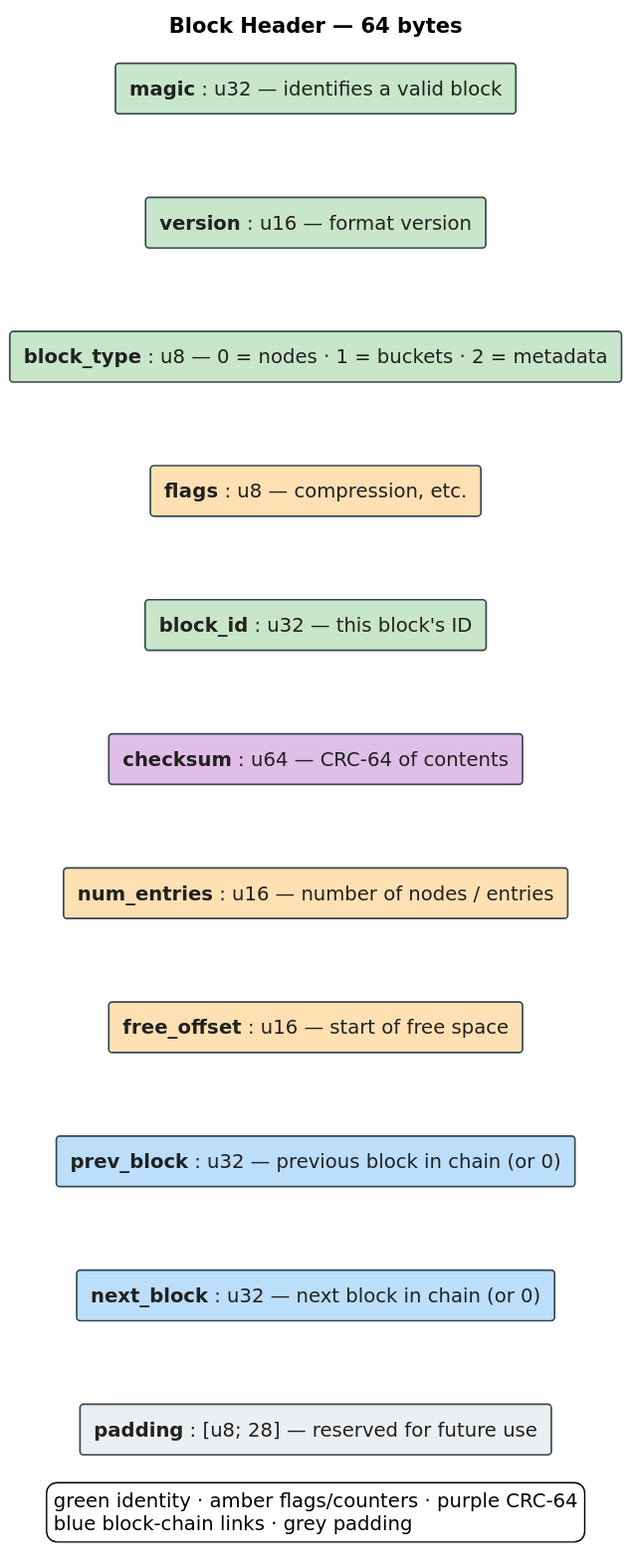
Before: docs/diagrams/part-block-header.svg, a diagram exported from PlantUML (vinary-tree/libdictenstein). Its source is kept beside it as docs/diagrams/src/part-block-header.puml.
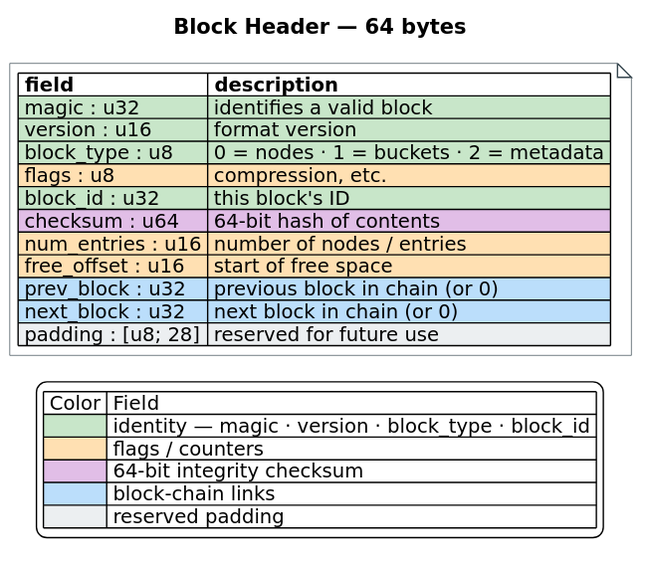
The same file after the commit.

Change to the diagram source:
```diff
@@ -3,40 +3,36 @@
 skinparam shadowing false
 skinparam backgroundColor #FFFFFF
 skinparam defaultFontName "DejaVu Sans"
-skinparam rectangle {
+skinparam TitleFontSize 15
+skinparam noteFontSize 14
+skinparam note {
+  BackgroundColor #FFFFFF
   BorderColor #37474F
-  FontColor #212121
-  BorderThickness 1.2
 }
-skinparam TitleFontSize 15
 
 title Block Header — 64 bytes
 
-rectangle "**magic** : u32 — identifies a valid block" as R0 #C8E6C9
-rectangle "**version** : u16 — format version" as R1 #C8E6C9
-rectangle "**block_type** : u8 — 0 = nodes · 1 = buckets · 2 = metadata" as R2 #C8E6C9
-rectangle "**flags** : u8 — compression, etc." as R3 #FFE0B2
-rectangle "**block_id** : u32 — this block's ID" as R4 #C8E6C9
-rectangle "**checksum** : u64 — CRC-64 of contents" as R5 #E1BEE7
-rectangle "**num_entries** : u16 — number of nodes / entries" as R6 #FFE0B2
-rectangle "**free_offset** : u16 — start of free space" as R7 #FFE0B2
-rectangle "**prev_block** : u32 — previous block in chain (or 0)" as R8 #BBDEFB
-rectangle "**next_block** : u32 — next block in chain (or 0)" as R9 #BBDEFB
-rectangle "**padding** : [u8; 28] — reserved for future use" as R10 #ECEFF1
-
-R0 -[hidden]down- R1
-R1 -[hidden]down- R2
-R2 -[hidden]down- R3
-R3 -[hidden]down- R4
-R4 -[hidden]down- R5
-R5 -[hidden]down- R6
-R6 -[hidden]down- R7
-R7 -[hidden]down- R8
-R8 -[hidden]down- R9
-R9 -[hidden]down- R10
+note as BH
+|= field |= description |
+|<#C8E6C9> magic : u32 |<#C8E6C9> identifies a valid block |
+|<#C8E6C9> version : u16 |<#C8E6C9> format version |
+|<#C8E6C9> block_type : u8 |<#C8E6C9> 0 = nodes · 1 = buckets · 2 = metadata |
+|<#FFE0B2> flags : u8 |<#FFE0B2> compression, etc. |
+|<#C8E6C9> block_id : u32 |<#C8E6C9> this block's ID |
+|<#E1BEE7> checksum : u64 |<#E1BEE7> 64-bit hash of contents |
+|<#FFE0B2> num_entries : u16 |<#FFE0B2> number of nodes / entries |
+|<#FFE0B2> free_offset : u16 |<#FFE0B2> start of free space |
+|<#BBDEFB> prev_block : u32 |<#BBDEFB> previous block in chain (or 0) |
+|<#BBDEFB> next_block : u32 |<#BBDEFB> next block in chain (or 0) |
+|<#ECEFF1> padding : [u8; 28] |<#ECEFF1> reserved for future use |
+end note
 
 legend bottom
-  green identity · amber flags/counters · purple CRC-64
-  blue block-chain links · grey padding
+| Color | Field |
+|<#C8E6C9>| identity — magic · version · block_type · block_id |
+|<#FFE0B2>| flags / counters |
+|<#E1BEE7>| 64-bit integrity checksum |
+|<#BBDEFB>| block-chain links |
+|<#ECEFF1>| reserved padding |
 endlegend
 @enduml
```
